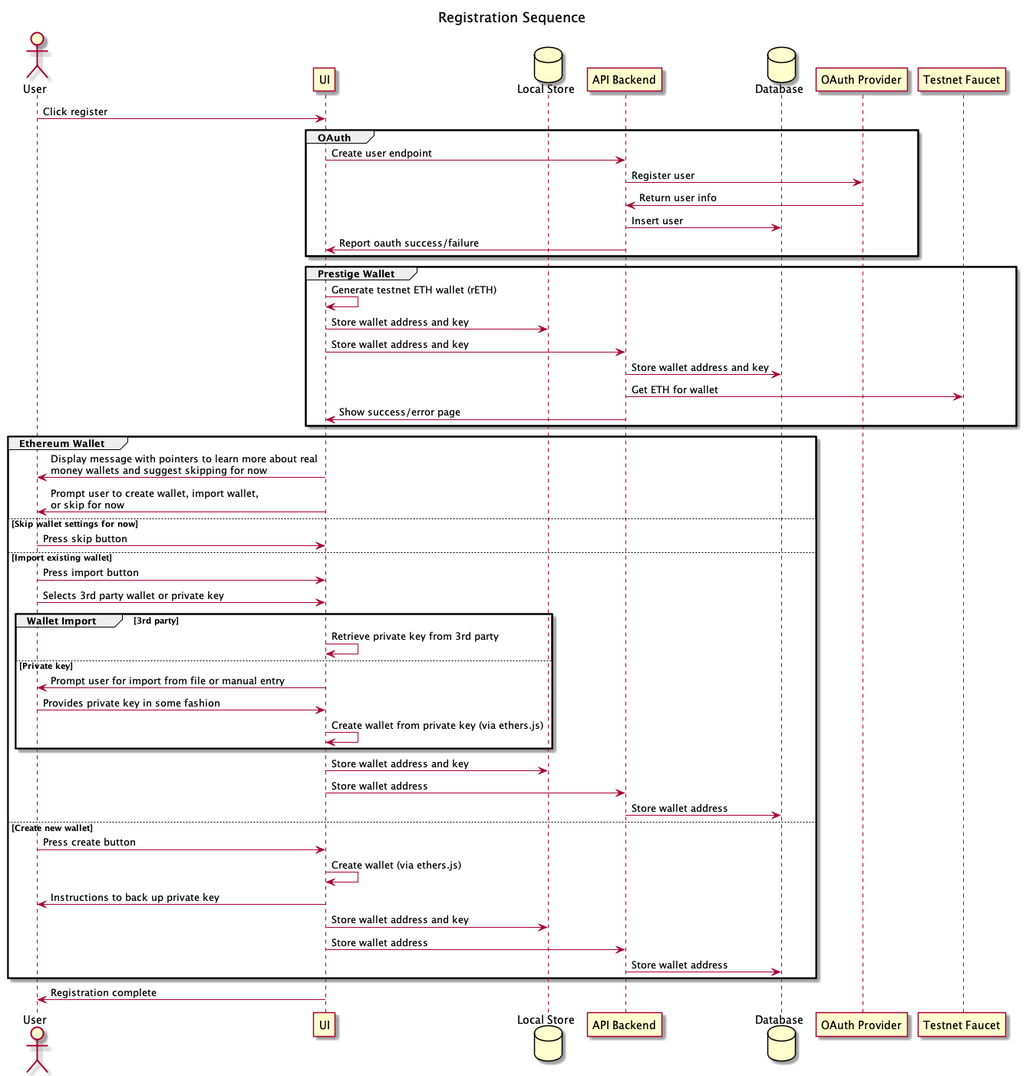
Earlier version of the PlantUML export docs/Diagrams/out/UserStories/Registration Sequence.png (adhurjaty/prediction-app).
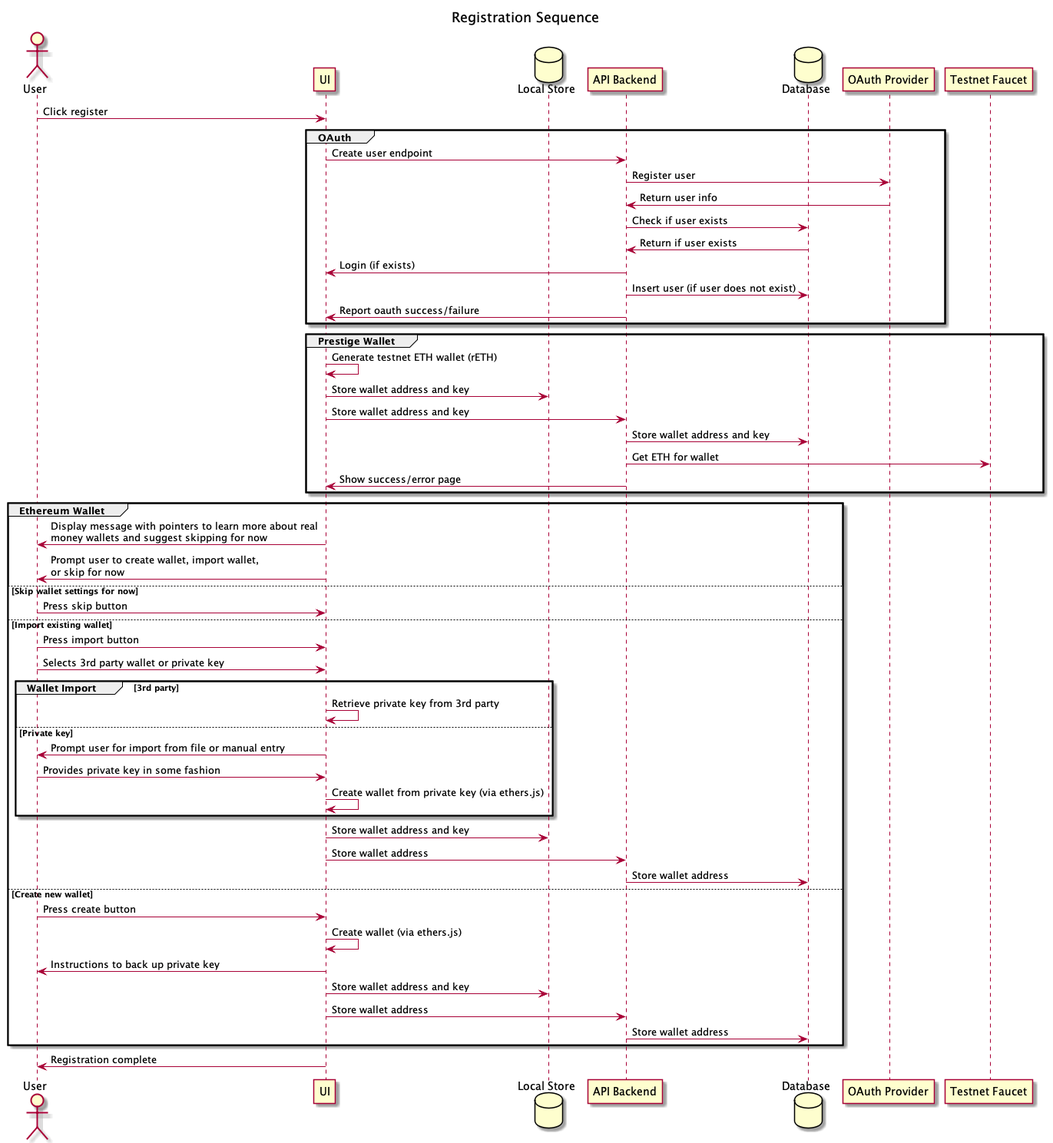
The same file after the commit.

The edit, as a diff of the source:
```diff
@@ -16,7 +16,10 @@
     ui -> api : Create user endpoint
     api -> oauth : Register user
     oauth -> api : Return user info
-    api -> db : Insert user
+    api -> db: Check if user exists
+    db -> api: Return if user exists
+    api -> ui: Login (if exists)
+    api -> db : Insert user (if user does not exist)
     api -> ui : Report oauth success/failure
 end
 
```
